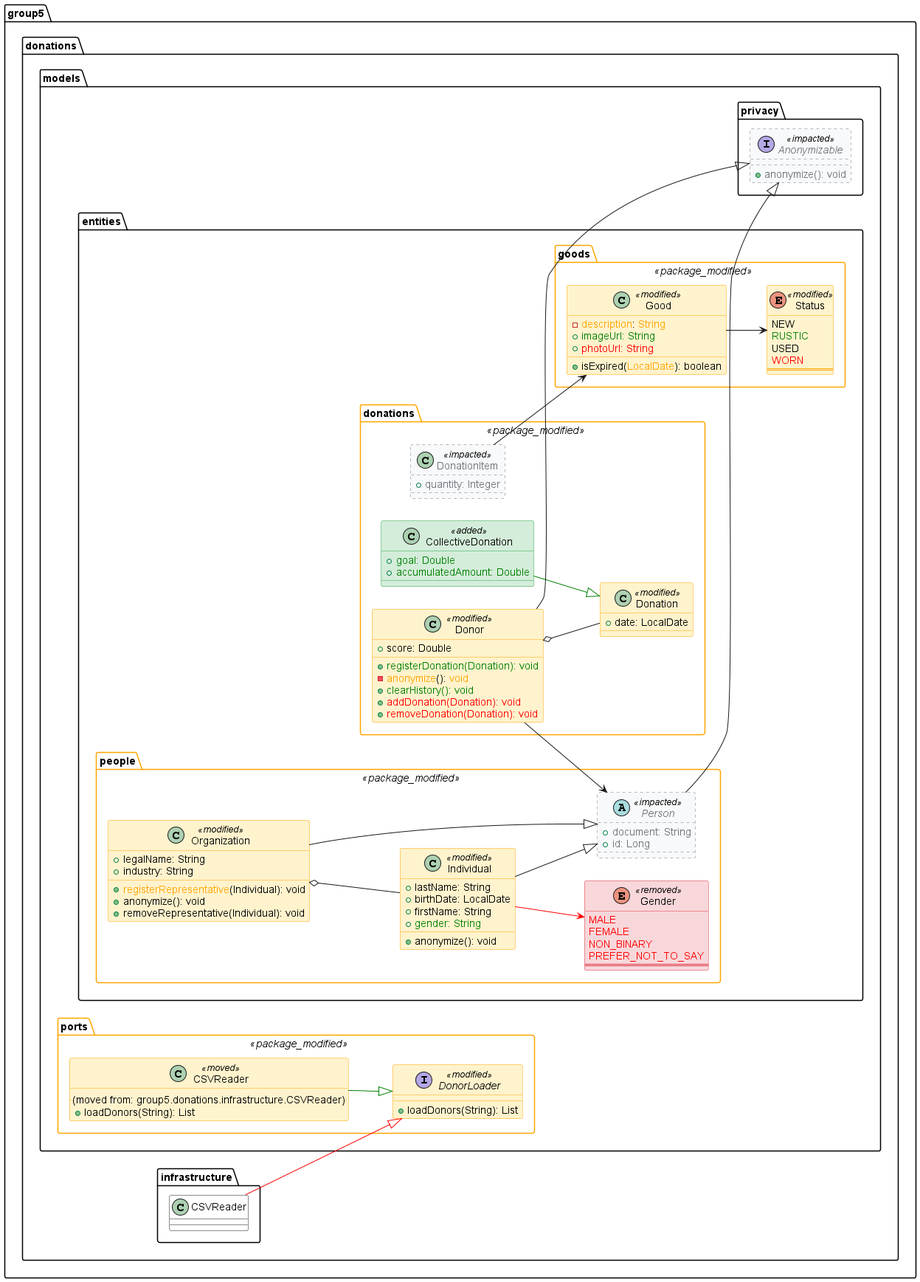
Above: docs/demo_complete.png in tsorren/SemanticUMLDiff (PlantUML), before the change.
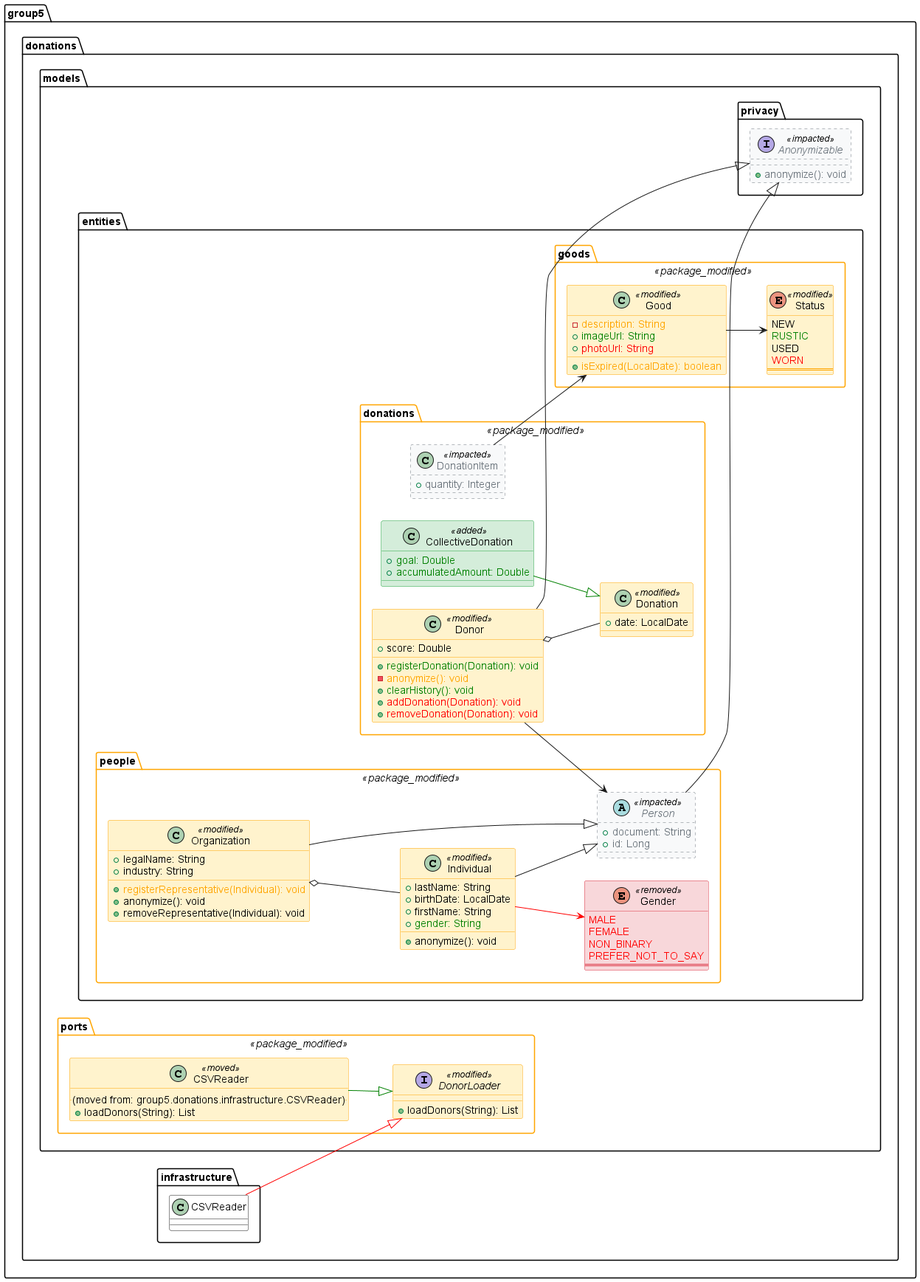
Later version of the same file.

Change to the diagram source:
```diff
@@ -64,7 +64,7 @@
 class "Donor" as group5.donations.models.entities.donations.Donor <<modified>> {
   + score: Double
   + <color:green>registerDonation(Donation): void</color>
-  - <color:orange>anonymize</color>(): <color:orange>void</color>
+  - <color:orange>anonymize(): void</color>
   + <color:green>clearHistory(): void</color>
   + <color:red>addDonation(Donation): void</color>
   + <color:red>removeDonation(Donation): void</color>
@@ -73,10 +73,10 @@
 
 package "group5.donations.models.entities.goods" <<package_modified>> {
 class "Good" as group5.donations.models.entities.goods.Good <<modified>> {
-  - <color:orange>description</color>: <color:orange>String</color>
+  - <color:orange>description: String</color>
   + <color:green>imageUrl: String</color>
   + <color:red>photoUrl: String</color>
-  + isExpired(<color:orange>LocalDate</color>): boolean
+  + <color:orange>isExpired(LocalDate): boolean</color>
 }
 enum "Status" as group5.donations.models.entities.goods.Status <<modified>> {
   NEW
@@ -105,7 +105,7 @@
 class "Organization" as group5.donations.models.entities.people.Organization <<modified>> {
   + legalName: String
   + industry: String
-  + <color:orange>registerRepresentative</color>(Individual): void
+  + <color:orange>registerRepresentative(Individual): void</color>
   + anonymize(): void
   + removeRepresentative(Individual): void
 }
```
